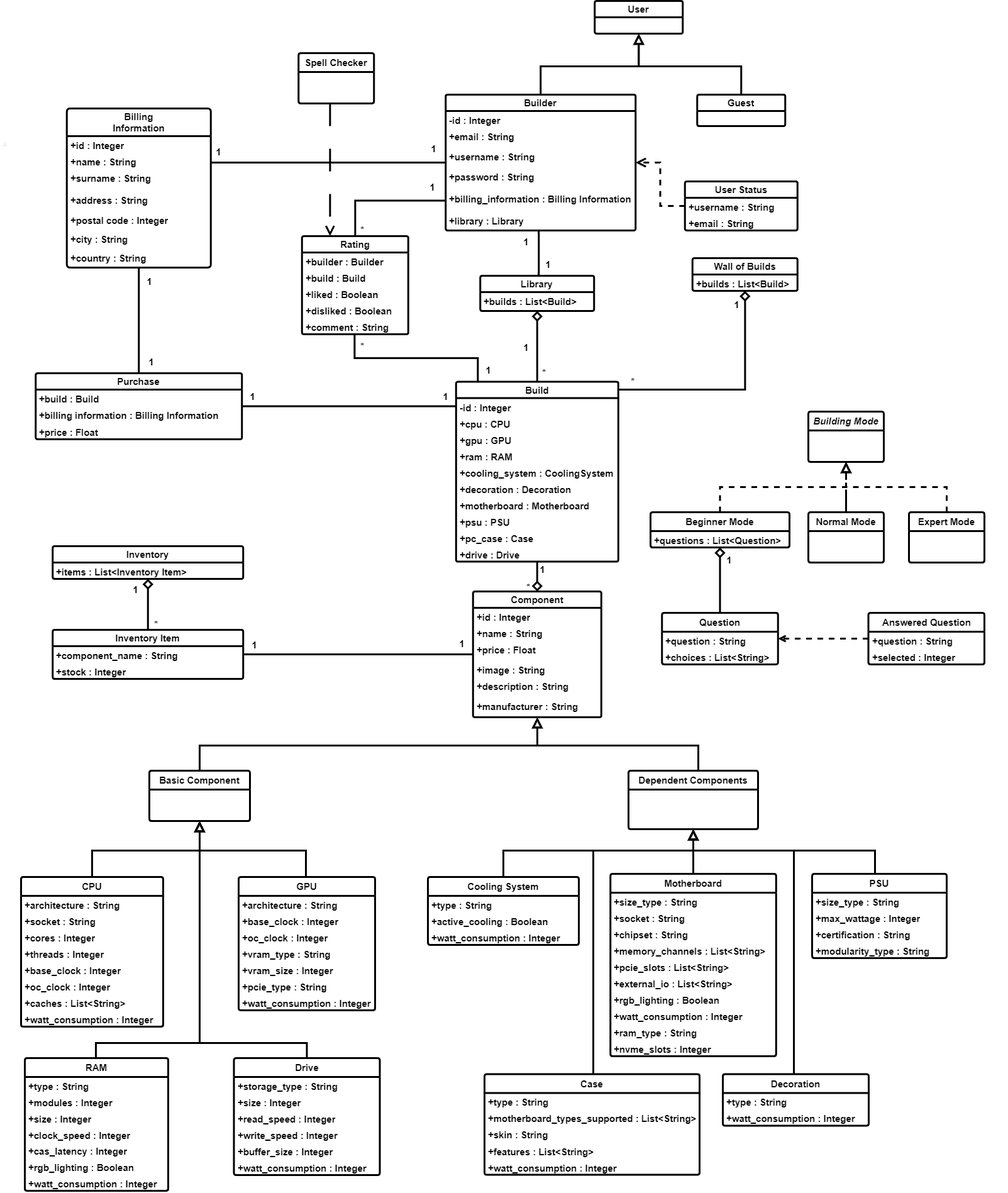
This is Report Files/4ο Παραδοτέο/Domain Model v1.0/Domain_Model_v1.0.png from mpapasterg/click-n-build, a draw.io export, as it was before one commit. Source tidied: cells renumbered, new cells last; positions are measured from the earlier drawing's top-left corner, leaving out a move shared by most shapes.
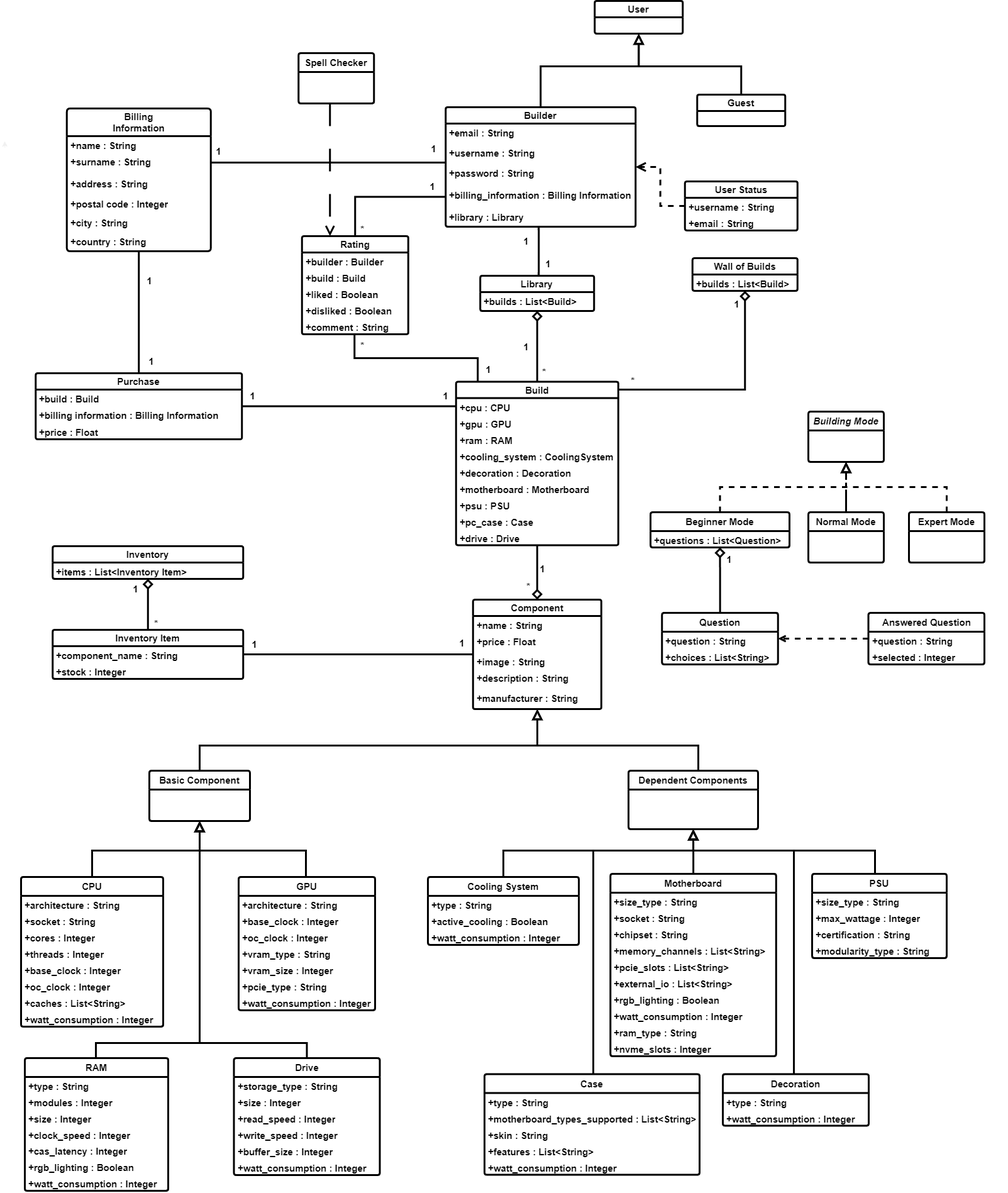
The same diagram one commit later.

What changed in the source:
```diff
@@ -25,25 +25,22 @@
       </mxGeometry>
     </mxCell>
     <mxCell id="5" value="Builder" style="swimlane;fontStyle=1;horizontal=1;startSize=26;fillColor=none;whiteSpace=wrap;html=1;rounded=1;shadow=0;dashed=0;strokeColor=#000000;strokeWidth=3;align=center;verticalAlign=middle;arcSize=4;fontFamily=Helvetica;fontSize=15;fontColor=#000000;labelBorderColor=none;labelBackgroundColor=none;textShadow=0;" parent="1" vertex="1">
-      <mxGeometry x="701.3" y="149" width="302" height="216" as="geometry" />
+      <mxGeometry x="701.3" y="169" width="302" height="190" as="geometry" />
     </mxCell>
-    <mxCell id="6" value="-id : Integer" style="text;strokeColor=none;fillColor=none;align=left;verticalAlign=top;spacingLeft=4;spacingRight=4;overflow=hidden;whiteSpace=wrap;html=1;fontFamily=Helvetica;fontSize=15;fontColor=#000000;fontStyle=1;labelBorderColor=none;labelBackgroundColor=none;textShadow=0;" parent="5" vertex="1">
-      <mxGeometry y="26" width="302" height="26" as="geometry" />
-    </mxCell>
     <mxCell id="7" value="+email : String" style="text;strokeColor=none;fillColor=none;align=left;verticalAlign=top;spacingLeft=4;spacingRight=4;overflow=hidden;whiteSpace=wrap;html=1;fontFamily=Helvetica;fontSize=15;fontColor=#000000;fontStyle=1;labelBorderColor=none;labelBackgroundColor=none;textShadow=0;" parent="5" vertex="1">
-      <mxGeometry y="52" width="302" height="32" as="geometry" />
+      <mxGeometry y="26" width="302" height="32" as="geometry" />
     </mxCell>
     <mxCell id="8" value="+username : String" style="text;strokeColor=none;fillColor=none;align=left;verticalAlign=top;spacingLeft=4;spacingRight=4;overflow=hidden;whiteSpace=wrap;html=1;fontFamily=Helvetica;fontSize=15;fontColor=#000000;fontStyle=1;labelBorderColor=none;labelBackgroundColor=none;textShadow=0;" parent="5" vertex="1">
-      <mxGeometry y="84" width="302" height="32" as="geometry" />
+      <mxGeometry y="58" width="302" height="32" as="geometry" />
     </mxCell>
     <mxCell id="9" value="+password : String" style="text;strokeColor=none;fillColor=none;align=left;verticalAlign=top;spacingLeft=4;spacingRight=4;overflow=hidden;whiteSpace=wrap;html=1;fontFamily=Helvetica;fontSize=15;fontColor=#000000;fontStyle=1;labelBorderColor=none;labelBackgroundColor=none;textShadow=0;" parent="5" vertex="1">
-      <mxGeometry y="116" width="302" height="35" as="geometry" />
+      <mxGeometry y="90" width="302" height="35" as="geometry" />
     </mxCell>
     <mxCell id="10" value="+billing_information : Billing Information" style="text;strokeColor=none;fillColor=none;align=left;verticalAlign=top;spacingLeft=4;spacingRight=4;overflow=hidden;points=[[0,0.5],[1,0.5]];portConstraint=eastwest;whiteSpace=wrap;html=1;fontFamily=Helvetica;fontSize=15;fontColor=#000000;fontStyle=1;labelBorderColor=none;labelBackgroundColor=none;textShadow=0;" parent="5" vertex="1">
-      <mxGeometry y="151" width="302" height="35" as="geometry" />
+      <mxGeometry y="125" width="302" height="35" as="geometry" />
     </mxCell>
     <mxCell id="11" value="+library : Library" style="text;strokeColor=none;fillColor=none;align=left;verticalAlign=top;spacingLeft=4;spacingRight=4;overflow=hidden;whiteSpace=wrap;html=1;fontFamily=Helvetica;fontSize=15;fontColor=#000000;fontStyle=1;labelBorderColor=none;labelBackgroundColor=none;textShadow=0;" parent="5" vertex="1">
-      <mxGeometry y="186" width="302" height="30" as="geometry" />
+      <mxGeometry y="160" width="302" height="30" as="geometry" />
     </mxCell>
     <mxCell id="12" value="User" style="swimlane;fontStyle=1;horizontal=1;startSize=26;fillColor=none;whiteSpace=wrap;html=1;rounded=1;shadow=0;dashed=0;strokeColor=#000000;strokeWidth=3;align=center;verticalAlign=middle;arcSize=4;fontFamily=Helvetica;fontSize=15;fontColor=#000000;labelBorderColor=none;labelBackgroundColor=none;textShadow=0;" parent="1" vertex="1">
       <mxGeometry x="938.3" width="140" height="52" as="geometry" />
@@ -69,28 +66,25 @@
       <mxGeometry relative="1" as="geometry" />
     </mxCell>
     <mxCell id="17" value="Billing&lt;div&gt;Information&lt;/div&gt;" style="swimlane;fontStyle=1;horizontal=1;startSize=44;fillColor=none;whiteSpace=wrap;html=1;rounded=1;shadow=0;dashed=0;strokeColor=#000000;strokeWidth=3;align=center;verticalAlign=middle;arcSize=4;fontFamily=Helvetica;fontSize=15;fontColor=#000000;labelBorderColor=none;labelBackgroundColor=none;textShadow=0;" parent="1" vertex="1">
-      <mxGeometry x="98.8" y="171" width="229" height="253" as="geometry" />
+      <mxGeometry x="98.8" y="171" width="229" height="227" as="geometry" />
     </mxCell>
-    <mxCell id="18" value="+id : Integer" style="text;strokeColor=none;fillColor=none;align=left;verticalAlign=top;spacingLeft=4;spacingRight=4;overflow=hidden;whiteSpace=wrap;html=1;fontFamily=Helvetica;fontSize=15;fontColor=#000000;fontStyle=1;labelBorderColor=none;labelBackgroundColor=none;textShadow=0;" parent="17" vertex="1">
-      <mxGeometry y="44" width="229" height="26" as="geometry" />
-    </mxCell>
     <mxCell id="19" value="+name : String" style="text;strokeColor=none;fillColor=none;align=left;verticalAlign=top;spacingLeft=4;spacingRight=4;overflow=hidden;whiteSpace=wrap;html=1;fontFamily=Helvetica;fontSize=15;fontColor=#000000;fontStyle=1;labelBorderColor=none;labelBackgroundColor=none;textShadow=0;" parent="17" vertex="1">
-      <mxGeometry y="70" width="229" height="26" as="geometry" />
+      <mxGeometry y="44" width="229" height="26" as="geometry" />
     </mxCell>
     <mxCell id="20" value="+surname : String" style="text;strokeColor=none;fillColor=none;align=left;verticalAlign=top;spacingLeft=4;spacingRight=4;overflow=hidden;whiteSpace=wrap;html=1;fontFamily=Helvetica;fontSize=15;fontColor=#000000;fontStyle=1;labelBorderColor=none;labelBackgroundColor=none;textShadow=0;" parent="17" vertex="1">
-      <mxGeometry y="96" width="229" height="35" as="geometry" />
+      <mxGeometry y="70" width="229" height="35" as="geometry" />
     </mxCell>
     <mxCell id="21" value="+address : String" style="text;strokeColor=none;fillColor=none;align=left;verticalAlign=top;spacingLeft=4;spacingRight=4;overflow=hidden;whiteSpace=wrap;html=1;fontFamily=Helvetica;fontSize=15;fontColor=#000000;fontStyle=1;labelBorderColor=none;labelBackgroundColor=none;textShadow=0;" parent="17" vertex="1">
-      <mxGeometry y="131" width="229" height="32" as="geometry" />
+      <mxGeometry y="105" width="229" height="32" as="geometry" />
     </mxCell>
     <mxCell id="22" value="+postal code : Integer" style="text;strokeColor=none;fillColor=none;align=left;verticalAlign=top;spacingLeft=4;spacingRight=4;overflow=hidden;whiteSpace=wrap;html=1;fontFamily=Helvetica;fontSize=15;fontColor=#000000;fontStyle=1;labelBorderColor=none;labelBackgroundColor=none;textShadow=0;" parent="17" vertex="1">
-      <mxGeometry y="163" width="229" height="30" as="geometry" />
+      <mxGeometry y="137" width="229" height="30" as="geometry" />
     </mxCell>
     <mxCell id="23" value="+city : String" style="text;strokeColor=none;fillColor=none;align=left;verticalAlign=top;spacingLeft=4;spacingRight=4;overflow=hidden;whiteSpace=wrap;html=1;fontFamily=Helvetica;fontSize=15;fontColor=#000000;fontStyle=1;labelBorderColor=none;labelBackgroundColor=none;textShadow=0;" parent="17" vertex="1">
-      <mxGeometry y="193" width="229" height="30" as="geometry" />
+      <mxGeometry y="167" width="229" height="30" as="geometry" />
     </mxCell>
     <mxCell id="24" value="+country : String" style="text;strokeColor=none;fillColor=none;align=left;verticalAlign=top;spacingLeft=4;spacingRight=4;overflow=hidden;whiteSpace=wrap;html=1;fontFamily=Helvetica;fontSize=15;fontColor=#000000;fontStyle=1;labelBorderColor=none;labelBackgroundColor=none;textShadow=0;" parent="17" vertex="1">
-      <mxGeometry y="223" width="229" height="30" as="geometry" />
+      <mxGeometry y="197" width="229" height="30" as="geometry" />
     </mxCell>
     <mxCell id="25" value="&lt;i style=&quot;font-size: 15px;&quot;&gt;Building Mode&lt;/i&gt;" style="swimlane;fontStyle=1;horizontal=1;startSize=30;whiteSpace=wrap;html=1;textShadow=0;labelBorderColor=none;strokeColor=#000000;fontColor=#000000;labelBackgroundColor=none;fillColor=none;fontSize=15;strokeWidth=3;rounded=1;shadow=0;dashed=0;align=center;verticalAlign=middle;arcSize=4;fontFamily=Helvetica;" parent="1" vertex="1">
       <mxGeometry x="1278" y="653" width="120" height="80" as="geometry" />
@@ -133,61 +127,55 @@
       </mxGeometry>
     </mxCell>
     <mxCell id="33" value="Build" style="swimlane;fontStyle=1;horizontal=1;startSize=26;fillColor=none;whiteSpace=wrap;html=1;rounded=1;shadow=0;dashed=0;strokeColor=#000000;strokeWidth=3;align=center;verticalAlign=middle;arcSize=4;fontFamily=Helvetica;fontSize=15;fontColor=#000000;labelBorderColor=none;labelBackgroundColor=none;textShadow=0;" parent="1" vertex="1">
-      <mxGeometry x="717.8" y="605.5" width="258" height="286" as="geometry" />
+      <mxGeometry x="717.8" y="605.5" width="258" height="260" as="geometry" />
     </mxCell>
-    <mxCell id="34" value="-id : Integer" style="text;strokeColor=none;fillColor=none;align=left;verticalAlign=top;spacingLeft=4;spacingRight=4;overflow=hidden;whiteSpace=wrap;html=1;fontFamily=Helvetica;fontSize=15;fontColor=#000000;fontStyle=1;labelBorderColor=none;labelBackgroundColor=none;textShadow=0;" parent="33" vertex="1">
-      <mxGeometry y="26" width="258" height="26" as="geometry" />
-    </mxCell>
     <mxCell id="35" value="+cpu : CPU" style="text;strokeColor=none;fillColor=none;align=left;verticalAlign=top;spacingLeft=4;spacingRight=4;overflow=hidden;whiteSpace=wrap;html=1;fontFamily=Helvetica;fontSize=15;fontColor=#000000;fontStyle=1;labelBorderColor=none;labelBackgroundColor=none;textShadow=0;" parent="33" vertex="1">
-      <mxGeometry y="52" width="258" height="26" as="geometry" />
+      <mxGeometry y="26" width="258" height="26" as="geometry" />
     </mxCell>
     <mxCell id="36" value="+gpu : GPU" style="text;strokeColor=none;fillColor=none;align=left;verticalAlign=top;spacingLeft=4;spacingRight=4;overflow=hidden;whiteSpace=wrap;html=1;fontFamily=Helvetica;fontSize=15;fontColor=#000000;fontStyle=1;labelBorderColor=none;labelBackgroundColor=none;textShadow=0;" parent="33" vertex="1">
-      <mxGeometry y="78" width="258" height="26" as="geometry" />
+      <mxGeometry y="52" width="258" height="26" as="geometry" />
     </mxCell>
     <mxCell id="37" value="+ram : RAM" style="text;strokeColor=none;fillColor=none;align=left;verticalAlign=top;spacingLeft=4;spacingRight=4;overflow=hidden;whiteSpace=wrap;html=1;fontFamily=Helvetica;fontSize=15;fontColor=#000000;fontStyle=1;labelBorderColor=none;labelBackgroundColor=none;textShadow=0;" parent="33" vertex="1">
-      <mxGeometry y="104" width="258" height="26" as="geometry" />
+      <mxGeometry y="78" width="258" height="26" as="geometry" />
     </mxCell>
     <mxCell id="38" value="+cooling_system : CoolingSystem" style="text;strokeColor=none;fillColor=none;align=left;verticalAlign=top;spacingLeft=4;spacingRight=4;overflow=hidden;whiteSpace=wrap;html=1;fontFamily=Helvetica;fontSize=15;fontColor=#000000;fontStyle=1;labelBorderColor=none;labelBackgroundColor=none;textShadow=0;" parent="33" vertex="1">
-      <mxGeometry y="130" width="258" height="26" as="geometry" />
+      <mxGeometry y="104" width="258" height="26" as="geometry" />
     </mxCell>
     <mxCell id="39" value="+decoration : Decoration" style="text;strokeColor=none;fillColor=none;align=left;verticalAlign=top;spacingLeft=4;spacingRight=4;overflow=hidden;whiteSpace=wrap;html=1;fontFamily=Helvetica;fontSize=15;fontColor=#000000;fontStyle=1;labelBorderColor=none;labelBackgroundColor=none;textShadow=0;" parent="33" vertex="1">
-      <mxGeometry y="156" width="258" height="26" as="geometry" />
+      <mxGeometry y="130" width="258" height="26" as="geometry" />
     </mxCell>
     <mxCell id="40" value="+motherboard : Motherboard" style="text;strokeColor=none;fillColor=none;align=left;verticalAlign=top;spacingLeft=4;spacingRight=4;overflow=hidden;whiteSpace=wrap;html=1;fontFamily=Helvetica;fontSize=15;fontColor=#000000;fontStyle=1;labelBorderColor=none;labelBackgroundColor=none;textShadow=0;" parent="33" vertex="1">
-      <mxGeometry y="182" width="258" height="26" as="geometry" />
+      <mxGeometry y="156" width="258" height="26" as="geometry" />
     </mxCell>
     <mxCell id="41" value="+psu : PSU" style="text;strokeColor=none;fillColor=none;align=left;verticalAlign=top;spacingLeft=4;spacingRight=4;overflow=hidden;whiteSpace=wrap;html=1;fontFamily=Helvetica;fontSize=15;fontColor=#000000;fontStyle=1;labelBorderColor=none;labelBackgroundColor=none;textShadow=0;" parent="33" vertex="1">
-      <mxGeometry y="208" width="258" height="26" as="geometry" />
+      <mxGeometry y="182" width="258" height="26" as="geometry" />
     </mxCell>
     <mxCell id="42" value="+pc_case : Case" style="text;strokeColor=none;fillColor=none;align=left;verticalAlign=top;spacingLeft=4;spacingRight=4;overflow=hidden;whiteSpace=wrap;html=1;fontFamily=Helvetica;fontSize=15;fontColor=#000000;fontStyle=1;labelBorderColor=none;labelBackgroundColor=none;textShadow=0;" parent="33" vertex="1">
-      <mxGeometry y="234" width="258" height="26" as="geometry" />
+      <mxGeometry y="208" width="258" height="26" as="geometry" />
     </mxCell>
     <mxCell id="43" value="+drive : Drive" style="text;strokeColor=none;fillColor=none;align=left;verticalAlign=top;spacingLeft=4;spacingRight=4;overflow=hidden;whiteSpace=wrap;html=1;fontFamily=Helvetica;fontSize=15;fontColor=#000000;fontStyle=1;labelBorderColor=none;labelBackgroundColor=none;textShadow=0;" parent="33" vertex="1">
-      <mxGeometry y="260" width="258" height="26" as="geometry" />
+      <mxGeometry y="234" width="258" height="26" as="geometry" />
     </mxCell>
     <mxCell id="44" style="edgeStyle=orthogonalEdgeStyle;rounded=0;jettySize=auto;html=1;strokeWidth=3;strokeColor=#000000;endArrow=diamond;endFill=0;endSize=10;textShadow=0;" parent="1" edge="1" source="33" target="45">
       <mxGeometry relative="1" as="geometry" />
     </mxCell>
     <mxCell id="45" value="Component" style="swimlane;fontStyle=1;horizontal=1;startSize=26;fillColor=none;whiteSpace=wrap;html=1;rounded=1;shadow=0;dashed=0;strokeColor=#000000;strokeWidth=3;align=center;verticalAlign=middle;arcSize=4;fontFamily=Helvetica;fontSize=15;fontColor=#000000;labelBorderColor=none;labelBackgroundColor=none;textShadow=0;" parent="1" vertex="1">
-      <mxGeometry x="744.8" y="939" width="204" height="200" as="geometry" />
+      <mxGeometry x="744.8" y="952" width="204" height="174" as="geometry" />
     </mxCell>
-    <mxCell id="46" value="+id : Integer" style="text;strokeColor=none;fillColor=none;align=left;verticalAlign=top;spacingLeft=4;spacingRight=4;overflow=hidden;whiteSpace=wrap;html=1;fontFamily=Helvetica;fontSize=15;fontColor=#000000;fontStyle=1;labelBorderColor=none;labelBackgroundColor=none;textShadow=0;" parent="45" vertex="1">
-      <mxGeometry y="26" width="204" height="26" as="geometry" />
-    </mxCell>
     <mxCell id="47" value="+name : String" style="text;strokeColor=none;fillColor=none;align=left;verticalAlign=top;spacingLeft=4;spacingRight=4;overflow=hidden;whiteSpace=wrap;html=1;fontFamily=Helvetica;fontSize=15;fontColor=#000000;fontStyle=1;labelBorderColor=none;labelBackgroundColor=none;textShadow=0;" parent="45" vertex="1">
-      <mxGeometry y="52" width="204" height="26" as="geometry" />
+      <mxGeometry y="26" width="204" height="26" as="geometry" />
     </mxCell>
     <mxCell id="48" value="+price : Float" style="text;strokeColor=none;fillColor=none;align=left;verticalAlign=top;spacingLeft=4;spacingRight=4;overflow=hidden;whiteSpace=wrap;html=1;fontFamily=Helvetica;fontSize=15;fontColor=#000000;fontStyle=1;labelBorderColor=none;labelBackgroundColor=none;textShadow=0;" parent="45" vertex="1">
-      <mxGeometry y="78" width="204" height="32" as="geometry" />
+      <mxGeometry y="52" width="204" height="32" as="geometry" />
     </mxCell>
     <mxCell id="49" value="+image : String" style="text;strokeColor=none;fillColor=none;align=left;verticalAlign=top;spacingLeft=4;spacingRight=4;overflow=hidden;whiteSpace=wrap;html=1;fontFamily=Helvetica;fontSize=15;fontColor=#000000;fontStyle=1;labelBorderColor=none;labelBackgroundColor=none;textShadow=0;" parent="45" vertex="1">
-      <mxGeometry y="110" width="204" height="26" as="geometry" />
+      <mxGeometry y="84" width="204" height="26" as="geometry" />
     </mxCell>
     <mxCell id="50" value="+description : String" style="text;strokeColor=none;fillColor=none;align=left;verticalAlign=top;spacingLeft=4;spacingRight=4;overflow=hidden;whiteSpace=wrap;html=1;fontFamily=Helvetica;fontSize=15;fontColor=#000000;fontStyle=1;labelBorderColor=none;labelBackgroundColor=none;textShadow=0;" parent="45" vertex="1">
-      <mxGeometry y="136" width="204" height="32" as="geometry" />
+      <mxGeometry y="110" width="204" height="32" as="geometry" />
     </mxCell>
     <mxCell id="51" value="+manufacturer : String" style="text;strokeColor=none;fillColor=none;align=left;verticalAlign=top;spacingLeft=4;spacingRight=4;overflow=hidden;whiteSpace=wrap;html=1;fontFamily=Helvetica;fontSize=15;fontColor=#000000;fontStyle=1;labelBorderColor=none;labelBackgroundColor=none;textShadow=0;" parent="45" vertex="1">
-      <mxGeometry y="168" width="204" height="32" as="geometry" />
+      <mxGeometry y="142" width="204" height="32" as="geometry" />
     </mxCell>
     <mxCell id="52" style="edgeStyle=orthogonalEdgeStyle;rounded=0;jettySize=auto;html=1;endArrow=block;endFill=0;endSize=10;strokeColor=#000000;strokeWidth=3;textShadow=0;" parent="1" edge="1" source="53" target="170">
       <mxGeometry relative="1" as="geometry">
```
